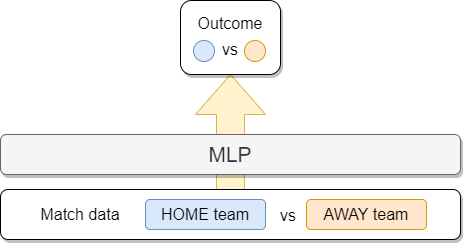
Before: baseline/baseline-architecture.png, a diagram exported from draw.io (davnig/football-match-results-prediction). Source tidied: cells renumbered, new cells last; positions are measured from the earlier drawing's top-left corner, leaving out a move shared by most shapes.
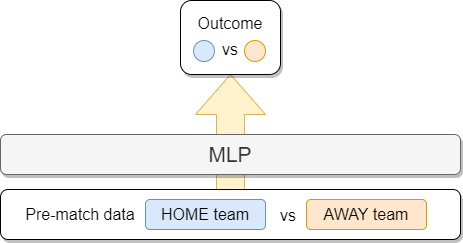
Above is the later version.

Change to the diagram source:
```diff
@@ -17,7 +17,7 @@
     <mxCell id="6" style="ellipse;whiteSpace=wrap;html=1;rounded=1;shadow=0;fontSize=16;fillColor=#dae8fc;strokeColor=#6c8ebf;" parent="1" vertex="1">
       <mxGeometry x="193" y="40" width="21" height="21" as="geometry" />
     </mxCell>
-    <mxCell id="7" value="Match data" style="text;html=1;strokeColor=none;fillColor=none;align=center;verticalAlign=middle;whiteSpace=wrap;rounded=0;shadow=1;fontSize=16;" parent="1" vertex="1">
+    <mxCell id="7" value="Pre-match data" style="text;html=1;strokeColor=none;fillColor=none;align=center;verticalAlign=middle;whiteSpace=wrap;rounded=0;shadow=1;fontSize=16;" parent="1" vertex="1">
       <mxGeometry x="10" y="199" width="140" height="30" as="geometry" />
     </mxCell>
     <mxCell id="8" value="vs" style="text;html=1;strokeColor=none;fillColor=none;align=center;verticalAlign=middle;whiteSpace=wrap;rounded=0;shadow=1;fontSize=16;" parent="1" vertex="1">
```
